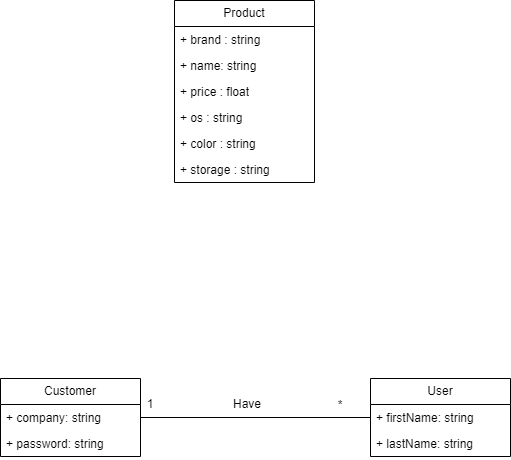
The draw.io diagram diagrams/Class diagram.png in Jexinte/Bilemo-API, before a commit. Source tidied: cells renumbered, new cells last; positions are measured from the earlier drawing's top-left corner, leaving out a move shared by most shapes.
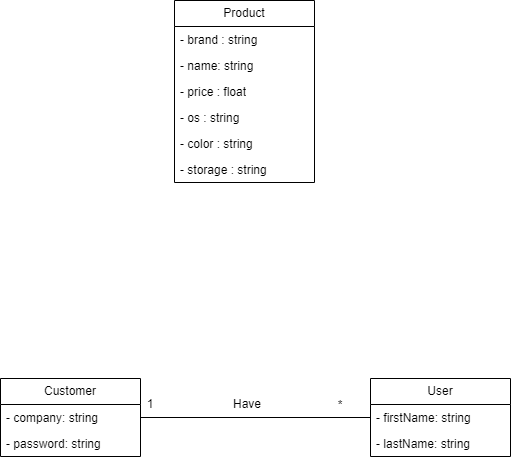
After the change.

Commit message:
update class diagram

Diff of the diagram source:
```diff
@@ -5,40 +5,40 @@
     <mxCell id="2" value="User" style="swimlane;fontStyle=0;horizontal=1;startSize=26;fillColor=none;whiteSpace=wrap;html=1;" parent="1" vertex="1">
       <mxGeometry x="370" y="378" width="140" height="78" as="geometry" />
     </mxCell>
-    <mxCell id="3" value="+ firstName: string" style="text;strokeColor=none;fillColor=none;align=left;verticalAlign=top;spacingLeft=4;spacingRight=4;overflow=hidden;points=[[0,0.5],[1,0.5]];portConstraint=eastwest;whiteSpace=wrap;html=1;" parent="2" vertex="1">
+    <mxCell id="3" value="- firstName: string" style="text;strokeColor=none;fillColor=none;align=left;verticalAlign=top;spacingLeft=4;spacingRight=4;overflow=hidden;points=[[0,0.5],[1,0.5]];portConstraint=eastwest;whiteSpace=wrap;html=1;" parent="2" vertex="1">
       <mxGeometry y="26" width="140" height="26" as="geometry" />
     </mxCell>
-    <mxCell id="4" value="+ lastName: string" style="text;strokeColor=none;fillColor=none;align=left;verticalAlign=top;spacingLeft=4;spacingRight=4;overflow=hidden;whiteSpace=wrap;html=1;" parent="2" vertex="1">
+    <mxCell id="4" value="- lastName: string" style="text;strokeColor=none;fillColor=none;align=left;verticalAlign=top;spacingLeft=4;spacingRight=4;overflow=hidden;whiteSpace=wrap;html=1;" parent="2" vertex="1">
       <mxGeometry y="52" width="140" height="26" as="geometry" />
     </mxCell>
     <mxCell id="5" value="Product" style="swimlane;fontStyle=0;horizontal=1;startSize=26;fillColor=none;whiteSpace=wrap;html=1;" parent="1" vertex="1">
       <mxGeometry x="174" width="140" height="182" as="geometry" />
     </mxCell>
-    <mxCell id="6" value="+ brand : string" style="text;strokeColor=none;fillColor=none;align=left;verticalAlign=top;spacingLeft=4;spacingRight=4;overflow=hidden;whiteSpace=wrap;html=1;" parent="5" vertex="1">
+    <mxCell id="6" value="- brand : string" style="text;strokeColor=none;fillColor=none;align=left;verticalAlign=top;spacingLeft=4;spacingRight=4;overflow=hidden;whiteSpace=wrap;html=1;" parent="5" vertex="1">
       <mxGeometry y="26" width="140" height="26" as="geometry" />
     </mxCell>
-    <mxCell id="7" value="+ name: string" style="text;strokeColor=none;fillColor=none;align=left;verticalAlign=top;spacingLeft=4;spacingRight=4;overflow=hidden;whiteSpace=wrap;html=1;" parent="5" vertex="1">
+    <mxCell id="7" value="- name: string" style="text;strokeColor=none;fillColor=none;align=left;verticalAlign=top;spacingLeft=4;spacingRight=4;overflow=hidden;whiteSpace=wrap;html=1;" parent="5" vertex="1">
       <mxGeometry y="52" width="140" height="26" as="geometry" />
     </mxCell>
-    <mxCell id="8" value="+ price : float" style="text;strokeColor=none;fillColor=none;align=left;verticalAlign=top;spacingLeft=4;spacingRight=4;overflow=hidden;whiteSpace=wrap;html=1;" parent="5" vertex="1">
+    <mxCell id="8" value="- price : float" style="text;strokeColor=none;fillColor=none;align=left;verticalAlign=top;spacingLeft=4;spacingRight=4;overflow=hidden;whiteSpace=wrap;html=1;" parent="5" vertex="1">
       <mxGeometry y="78" width="140" height="26" as="geometry" />
     </mxCell>
-    <mxCell id="9" value="+ os : string" style="text;strokeColor=none;fillColor=none;align=left;verticalAlign=top;spacingLeft=4;spacingRight=4;overflow=hidden;whiteSpace=wrap;html=1;" parent="5" vertex="1">
+    <mxCell id="9" value="- os : string" style="text;strokeColor=none;fillColor=none;align=left;verticalAlign=top;spacingLeft=4;spacingRight=4;overflow=hidden;whiteSpace=wrap;html=1;" parent="5" vertex="1">
       <mxGeometry y="104" width="140" height="26" as="geometry" />
     </mxCell>
-    <mxCell id="10" value="+ color : string" style="text;strokeColor=none;fillColor=none;align=left;verticalAlign=top;spacingLeft=4;spacingRight=4;overflow=hidden;whiteSpace=wrap;html=1;" parent="5" vertex="1">
+    <mxCell id="10" value="- color : string" style="text;strokeColor=none;fillColor=none;align=left;verticalAlign=top;spacingLeft=4;spacingRight=4;overflow=hidden;whiteSpace=wrap;html=1;" parent="5" vertex="1">
       <mxGeometry y="130" width="140" height="26" as="geometry" />
     </mxCell>
-    <mxCell id="11" value="+ storage : string" style="text;strokeColor=none;fillColor=none;align=left;verticalAlign=top;spacingLeft=4;spacingRight=4;overflow=hidden;whiteSpace=wrap;html=1;" parent="5" vertex="1">
+    <mxCell id="11" value="- storage : string" style="text;strokeColor=none;fillColor=none;align=left;verticalAlign=top;spacingLeft=4;spacingRight=4;overflow=hidden;whiteSpace=wrap;html=1;" parent="5" vertex="1">
       <mxGeometry y="156" width="140" height="26" as="geometry" />
     </mxCell>
     <mxCell id="12" value="Customer" style="swimlane;fontStyle=0;horizontal=1;startSize=26;fillColor=none;whiteSpace=wrap;html=1;" parent="1" vertex="1">
       <mxGeometry y="378" width="140" height="78" as="geometry" />
     </mxCell>
-    <mxCell id="13" value="+ company: string" style="text;strokeColor=none;fillColor=none;align=left;verticalAlign=top;spacingLeft=4;spacingRight=4;overflow=hidden;points=[[0,0.5],[1,0.5]];portConstraint=eastwest;whiteSpace=wrap;html=1;" parent="12" vertex="1">
+    <mxCell id="13" value="- company: string" style="text;strokeColor=none;fillColor=none;align=left;verticalAlign=top;spacingLeft=4;spacingRight=4;overflow=hidden;points=[[0,0.5],[1,0.5]];portConstraint=eastwest;whiteSpace=wrap;html=1;" parent="12" vertex="1">
       <mxGeometry y="26" width="140" height="26" as="geometry" />
     </mxCell>
-    <mxCell id="14" value="+ password: string" style="text;strokeColor=none;fillColor=none;align=left;verticalAlign=top;spacingLeft=4;spacingRight=4;overflow=hidden;whiteSpace=wrap;html=1;" parent="12" vertex="1">
+    <mxCell id="14" value="- password: string" style="text;strokeColor=none;fillColor=none;align=left;verticalAlign=top;spacingLeft=4;spacingRight=4;overflow=hidden;whiteSpace=wrap;html=1;" parent="12" vertex="1">
       <mxGeometry y="52" width="140" height="26" as="geometry" />
     </mxCell>
     <mxCell id="15" style="endArrow=none;html=1;rounded=0;" parent="1" edge="1" source="13" target="3">
```
